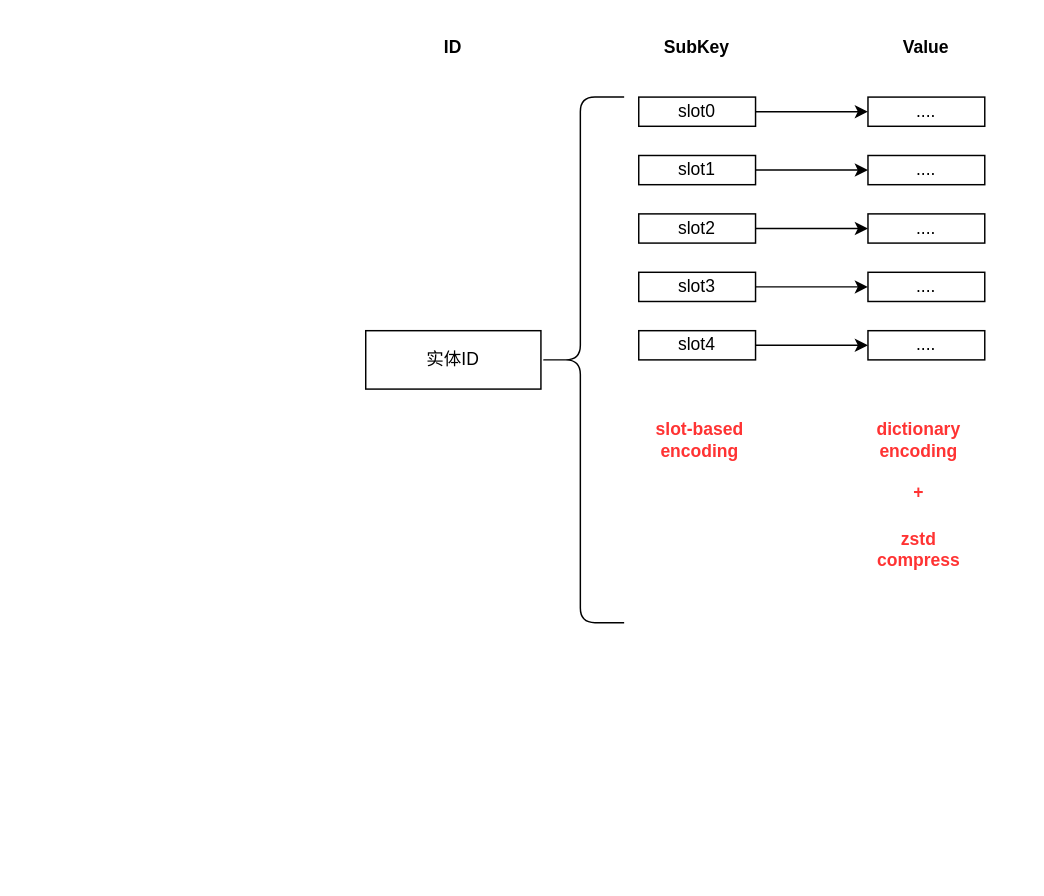
This is km_tx_5.drawio from learn2Pro/draw_io_save, a draw.io file, before an edit. Source tidied: cells renumbered, new cells numbered last; positions are measured from the earlier drawing's top-left corner, leaving out a move shared by most shapes. Both pictures are drawn from the tidied source at 146%, with x=0, y=0 at pixel (365, 25).
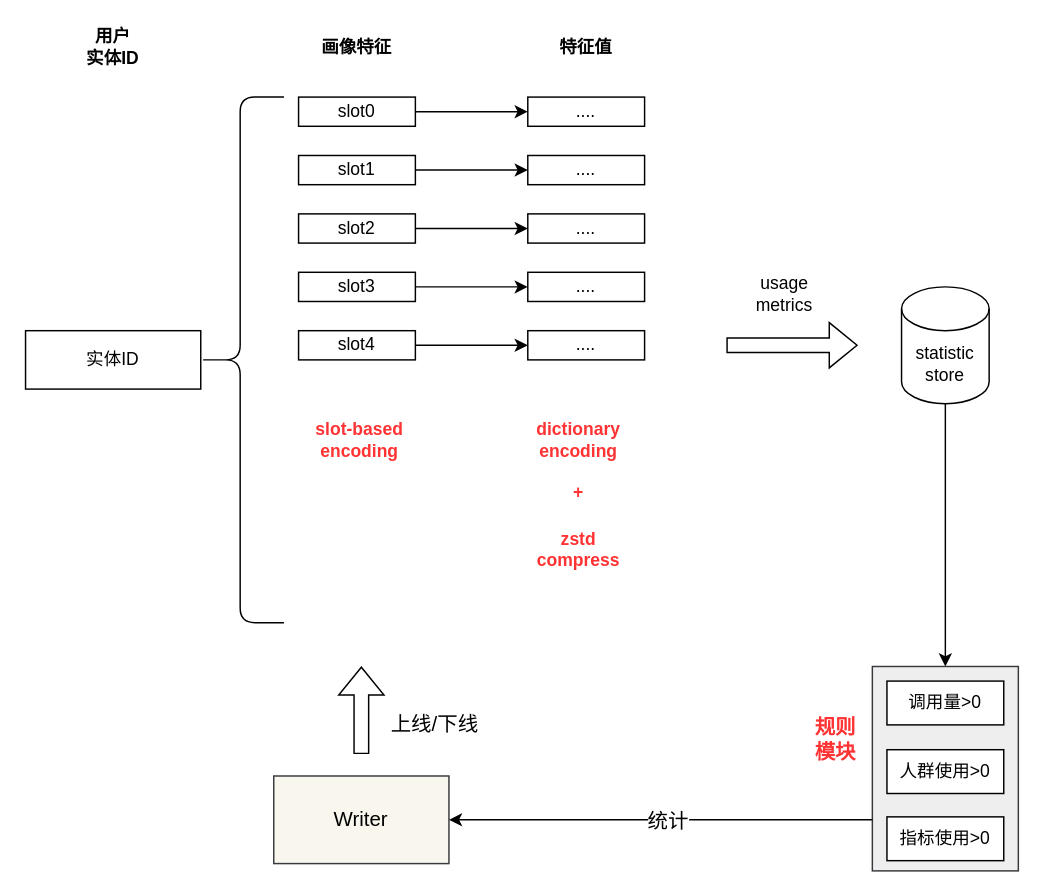
The same diagram, later.

The edit, as a diff of the source:
```diff
@@
+    <mxCell id="26" style="group;" parent="1" vertex="1">
+      <mxGeometry x="-233" width="424" height="409" as="geometry" />
+    </mxCell>
-    <mxCell id="2" value="实体ID" style="rounded=0;whiteSpace=wrap;html=1;" parent="1" vertex="1">
+    <mxCell id="2" value="实体ID" style="rounded=0;whiteSpace=wrap;html=1;" parent="26" vertex="1">
       <mxGeometry y="209" width="120" height="40" as="geometry" />
     </mxCell>
-    <mxCell id="3" style="shape=curlyBracket;whiteSpace=wrap;html=1;rounded=1;" parent="1" vertex="1">
+    <mxCell id="3" style="shape=curlyBracket;whiteSpace=wrap;html=1;rounded=1;" parent="26" vertex="1">
       <mxGeometry x="117" y="49" width="60" height="360" as="geometry" />
     </mxCell>
-    <mxCell id="4" style="edgeStyle=orthogonalEdgeStyle;rounded=0;jettySize=auto;html=1;" parent="1" edge="1" source="5" target="14">
-      <mxGeometry relative="1" as="geometry" />
-    </mxCell>
-    <mxCell id="5" value="slot0" style="rounded=0;whiteSpace=wrap;html=1;" parent="1" vertex="1">
+    <mxCell id="5" value="slot0" style="rounded=0;whiteSpace=wrap;html=1;" parent="26" vertex="1">
       <mxGeometry x="187" y="49" width="80" height="20" as="geometry" />
     </mxCell>
-    <mxCell id="6" style="edgeStyle=orthogonalEdgeStyle;rounded=0;jettySize=auto;html=1;entryX=0;entryY=0.5;entryDx=0;entryDy=0;" parent="1" edge="1" source="7" target="15">
-      <mxGeometry relative="1" as="geometry" />
-    </mxCell>
-    <mxCell id="7" value="&lt;span&gt;slot1&lt;/span&gt;" style="rounded=0;whiteSpace=wrap;html=1;" parent="1" vertex="1">
+    <mxCell id="7" value="&lt;span&gt;slot1&lt;/span&gt;" style="rounded=0;whiteSpace=wrap;html=1;" parent="26" vertex="1">
       <mxGeometry x="187" y="89" width="80" height="20" as="geometry" />
     </mxCell>
-    <mxCell id="8" style="edgeStyle=orthogonalEdgeStyle;rounded=0;jettySize=auto;html=1;entryX=0;entryY=0.5;entryDx=0;entryDy=0;" parent="1" edge="1" source="9" target="16">
-      <mxGeometry relative="1" as="geometry" />
-    </mxCell>
-    <mxCell id="9" value="&lt;span&gt;slot2&lt;/span&gt;" style="rounded=0;whiteSpace=wrap;html=1;" parent="1" vertex="1">
+    <mxCell id="9" value="&lt;span&gt;slot2&lt;/span&gt;" style="rounded=0;whiteSpace=wrap;html=1;" parent="26" vertex="1">
       <mxGeometry x="187" y="129" width="80" height="20" as="geometry" />
     </mxCell>
-    <mxCell id="10" style="edgeStyle=orthogonalEdgeStyle;rounded=0;jettySize=auto;html=1;entryX=0;entryY=0.5;entryDx=0;entryDy=0;" parent="1" edge="1" source="11" target="17">
-      <mxGeometry relative="1" as="geometry" />
-    </mxCell>
-    <mxCell id="11" value="&lt;span&gt;slot3&lt;/span&gt;" style="rounded=0;whiteSpace=wrap;html=1;" parent="1" vertex="1">
+    <mxCell id="11" value="&lt;span&gt;slot3&lt;/span&gt;" style="rounded=0;whiteSpace=wrap;html=1;" parent="26" vertex="1">
       <mxGeometry x="187" y="169" width="80" height="20" as="geometry" />
     </mxCell>
-    <mxCell id="12" style="edgeStyle=orthogonalEdgeStyle;rounded=0;jettySize=auto;html=1;" parent="1" edge="1" source="13" target="18">
-      <mxGeometry relative="1" as="geometry" />
-    </mxCell>
-    <mxCell id="13" value="&lt;span&gt;slot4&lt;/span&gt;" style="rounded=0;whiteSpace=wrap;html=1;" parent="1" vertex="1">
+    <mxCell id="13" value="&lt;span&gt;slot4&lt;/span&gt;" style="rounded=0;whiteSpace=wrap;html=1;" parent="26" vertex="1">
       <mxGeometry x="187" y="209" width="80" height="20" as="geometry" />
     </mxCell>
-    <mxCell id="14" value="...." style="rounded=0;whiteSpace=wrap;html=1;" parent="1" vertex="1">
+    <mxCell id="14" value="...." style="rounded=0;whiteSpace=wrap;html=1;" parent="26" vertex="1">
       <mxGeometry x="344" y="49" width="80" height="20" as="geometry" />
     </mxCell>
+    <mxCell id="4" style="edgeStyle=orthogonalEdgeStyle;rounded=0;jettySize=auto;html=1;" parent="26" edge="1" source="5" target="14">
+      <mxGeometry relative="1" as="geometry" />
+    </mxCell>
-    <mxCell id="15" value="...." style="rounded=0;whiteSpace=wrap;html=1;" parent="1" vertex="1">
+    <mxCell id="15" value="...." style="rounded=0;whiteSpace=wrap;html=1;" parent="26" vertex="1">
       <mxGeometry x="344" y="89" width="80" height="20" as="geometry" />
     </mxCell>
+    <mxCell id="6" style="edgeStyle=orthogonalEdgeStyle;rounded=0;jettySize=auto;html=1;entryX=0;entryY=0.5;entryDx=0;entryDy=0;" parent="26" edge="1" source="7" target="15">
+      <mxGeometry relative="1" as="geometry" />
+    </mxCell>
-    <mxCell id="16" value="...." style="rounded=0;whiteSpace=wrap;html=1;" parent="1" vertex="1">
+    <mxCell id="16" value="...." style="rounded=0;whiteSpace=wrap;html=1;" parent="26" vertex="1">
       <mxGeometry x="344" y="129" width="80" height="20" as="geometry" />
     </mxCell>
+    <mxCell id="8" style="edgeStyle=orthogonalEdgeStyle;rounded=0;jettySize=auto;html=1;entryX=0;entryY=0.5;entryDx=0;entryDy=0;" parent="26" edge="1" source="9" target="16">
+      <mxGeometry relative="1" as="geometry" />
+    </mxCell>
-    <mxCell id="17" value="...." style="rounded=0;whiteSpace=wrap;html=1;" parent="1" vertex="1">
+    <mxCell id="17" value="...." style="rounded=0;whiteSpace=wrap;html=1;" parent="26" vertex="1">
       <mxGeometry x="344" y="169" width="80" height="20" as="geometry" />
     </mxCell>
+    <mxCell id="10" style="edgeStyle=orthogonalEdgeStyle;rounded=0;jettySize=auto;html=1;entryX=0;entryY=0.5;entryDx=0;entryDy=0;" parent="26" edge="1" source="11" target="17">
+      <mxGeometry relative="1" as="geometry" />
+    </mxCell>
-    <mxCell id="18" value="...." style="rounded=0;whiteSpace=wrap;html=1;" parent="1" vertex="1">
+    <mxCell id="18" value="...." style="rounded=0;whiteSpace=wrap;html=1;" parent="26" vertex="1">
       <mxGeometry x="344" y="209" width="80" height="20" as="geometry" />
     </mxCell>
+    <mxCell id="12" style="edgeStyle=orthogonalEdgeStyle;rounded=0;jettySize=auto;html=1;" parent="26" edge="1" source="13" target="18">
+      <mxGeometry relative="1" as="geometry" />
+    </mxCell>
-    <mxCell id="19" value="ID" style="text;html=1;strokeColor=none;fillColor=none;align=center;verticalAlign=middle;whiteSpace=wrap;rounded=0;fontStyle=1;" parent="1" vertex="1">
+    <mxCell id="19" value="用户&lt;br&gt;实体ID" style="text;html=1;strokeColor=none;fillColor=none;align=center;verticalAlign=middle;whiteSpace=wrap;rounded=0;fontStyle=1;" parent="26" vertex="1">
       <mxGeometry x="30" width="60" height="30" as="geometry" />
     </mxCell>
-    <mxCell id="20" value="SubKey" style="text;html=1;strokeColor=none;fillColor=none;align=center;verticalAlign=middle;whiteSpace=wrap;rounded=0;fontStyle=1;" parent="1" vertex="1">
+    <mxCell id="20" value="画像特征" style="text;html=1;strokeColor=none;fillColor=none;align=center;verticalAlign=middle;whiteSpace=wrap;rounded=0;fontStyle=1;" parent="26" vertex="1">
       <mxGeometry x="197" width="60" height="30" as="geometry" />
     </mxCell>
-    <mxCell id="21" value="Value" style="text;html=1;strokeColor=none;fillColor=none;align=center;verticalAlign=middle;whiteSpace=wrap;rounded=0;fontStyle=1;" parent="1" vertex="1">
+    <mxCell id="21" value="特征值" style="text;html=1;strokeColor=none;fillColor=none;align=center;verticalAlign=middle;whiteSpace=wrap;rounded=0;fontStyle=1;" parent="26" vertex="1">
       <mxGeometry x="354" width="60" height="30" as="geometry" />
     </mxCell>
-    <mxCell id="22" value="&lt;b&gt;slot-based&lt;br&gt;encoding&lt;/b&gt;" style="text;html=1;strokeColor=none;fillColor=none;align=center;verticalAlign=middle;whiteSpace=wrap;rounded=0;fontColor=#FF3333;" parent="1" vertex="1">
+    <mxCell id="22" value="&lt;b&gt;slot-based&lt;br&gt;encoding&lt;/b&gt;" style="text;html=1;strokeColor=none;fillColor=none;align=center;verticalAlign=middle;whiteSpace=wrap;rounded=0;fontColor=#FF3333;" parent="26" vertex="1">
       <mxGeometry x="184" y="254" width="90" height="60" as="geometry" />
     </mxCell>
-    <mxCell id="23" value="&lt;b&gt;zstd&lt;br&gt;compress&lt;br&gt;&lt;/b&gt;" style="text;html=1;strokeColor=none;fillColor=none;align=center;verticalAlign=middle;whiteSpace=wrap;rounded=0;fontColor=#FF3333;" parent="1" vertex="1">
+    <mxCell id="23" value="&lt;b&gt;zstd&lt;br&gt;compress&lt;br&gt;&lt;/b&gt;" style="text;html=1;strokeColor=none;fillColor=none;align=center;verticalAlign=middle;whiteSpace=wrap;rounded=0;fontColor=#FF3333;" parent="26" vertex="1">
       <mxGeometry x="334" y="334" width="90" height="50" as="geometry" />
     </mxCell>
-    <mxCell id="24" value="&lt;b&gt;dictionary&lt;br&gt;encoding&lt;br&gt;&lt;/b&gt;" style="text;html=1;strokeColor=none;fillColor=none;align=center;verticalAlign=middle;whiteSpace=wrap;rounded=0;fontColor=#FF3333;" parent="1" vertex="1">
+    <mxCell id="24" value="&lt;b&gt;dictionary&lt;br&gt;encoding&lt;br&gt;&lt;/b&gt;" style="text;html=1;strokeColor=none;fillColor=none;align=center;verticalAlign=middle;whiteSpace=wrap;rounded=0;fontColor=#FF3333;" parent="26" vertex="1">
       <mxGeometry x="334" y="259" width="90" height="50" as="geometry" />
     </mxCell>
-    <mxCell id="25" value="&lt;b&gt;+&lt;br&gt;&lt;/b&gt;" style="text;html=1;strokeColor=none;fillColor=none;align=center;verticalAlign=middle;whiteSpace=wrap;rounded=0;fontColor=#FF3333;" parent="1" vertex="1">
+    <mxCell id="25" value="&lt;b&gt;+&lt;br&gt;&lt;/b&gt;" style="text;html=1;strokeColor=none;fillColor=none;align=center;verticalAlign=middle;whiteSpace=wrap;rounded=0;fontColor=#FF3333;" parent="26" vertex="1">
       <mxGeometry x="334" y="295" width="90" height="50" as="geometry" />
     </mxCell>
+    <mxCell id="27" style="shape=flexArrow;endArrow=classic;html=1;rounded=0;fontColor=#FF3333;" parent="1" edge="1">
+      <mxGeometry relative="1" as="geometry">
+        <mxPoint x="247" y="219" as="sourcePoint" />
+        <mxPoint x="337" y="219" as="targetPoint" />
+      </mxGeometry>
+    </mxCell>
+    <mxCell id="28" value="&lt;font color=&quot;#000000&quot;&gt;usage metrics&lt;/font&gt;" style="text;html=1;strokeColor=none;fillColor=none;align=center;verticalAlign=middle;whiteSpace=wrap;rounded=0;fontColor=#FF3333;" parent="1" vertex="1">
+      <mxGeometry x="257" y="169" width="60" height="30" as="geometry" />
+    </mxCell>
+    <mxCell id="29" style="edgeStyle=orthogonalEdgeStyle;rounded=0;jettySize=auto;html=1;fontColor=#FF3333;" parent="1" edge="1" source="30" target="31">
+      <mxGeometry relative="1" as="geometry" />
+    </mxCell>
+    <mxCell id="30" value="&lt;font color=&quot;#000000&quot;&gt;statistic&lt;br&gt;store&lt;/font&gt;" style="shape=cylinder3;whiteSpace=wrap;html=1;boundedLbl=1;backgroundOutline=1;size=15;fontColor=#FF3333;" parent="1" vertex="1">
+      <mxGeometry x="367" y="179" width="60" height="80" as="geometry" />
+    </mxCell>
+    <mxCell id="31" style="rounded=0;whiteSpace=wrap;html=1;fillColor=#eeeeee;strokeColor=#36393d;" parent="1" vertex="1">
+      <mxGeometry x="347" y="439" width="100" height="140" as="geometry" />
+    </mxCell>
+    <mxCell id="32" value="调用量&amp;gt;0" style="rounded=0;whiteSpace=wrap;html=1;fontColor=#000000;" parent="1" vertex="1">
+      <mxGeometry x="357" y="449" width="80" height="30" as="geometry" />
+    </mxCell>
+    <mxCell id="33" value="人群使用&amp;gt;0" style="rounded=0;whiteSpace=wrap;html=1;fontColor=#000000;" parent="1" vertex="1">
+      <mxGeometry x="357" y="496" width="80" height="30" as="geometry" />
+    </mxCell>
+    <mxCell id="34" value="指标使用&amp;gt;0" style="rounded=0;whiteSpace=wrap;html=1;fontColor=#000000;" parent="1" vertex="1">
+      <mxGeometry x="357" y="542" width="80" height="30" as="geometry" />
+    </mxCell>
+    <mxCell id="35" value="&lt;font color=&quot;#ff3333&quot;&gt;&lt;b&gt;规则模块&lt;/b&gt;&lt;/font&gt;" style="text;html=1;strokeColor=none;fillColor=none;align=center;verticalAlign=middle;whiteSpace=wrap;rounded=0;fontColor=#000000;fontSize=14;" parent="1" vertex="1">
+      <mxGeometry x="307" y="449" width="30" height="80" as="geometry" />
+    </mxCell>
+    <mxCell id="36" value="&lt;font color=&quot;#000000&quot;&gt;Writer&lt;/font&gt;" style="rounded=0;whiteSpace=wrap;html=1;fontSize=14;fillColor=#f9f7ed;strokeColor=#36393d;" parent="1" vertex="1">
+      <mxGeometry x="-63" y="514" width="120" height="60" as="geometry" />
+    </mxCell>
+    <mxCell id="37" style="shape=flexArrow;endArrow=classic;html=1;rounded=0;fontSize=14;fontColor=#FF3333;" parent="1" edge="1">
+      <mxGeometry relative="1" as="geometry">
+        <mxPoint x="-3" y="499" as="sourcePoint" />
+        <mxPoint x="-3" y="439" as="targetPoint" />
+      </mxGeometry>
+    </mxCell>
+    <mxCell id="38" value="&lt;font color=&quot;#000000&quot;&gt;上线/下线&lt;/font&gt;" style="text;html=1;align=center;verticalAlign=middle;strokeColor=none;fillColor=none;fontSize=14;fontColor=#FF3333;" parent="1" vertex="1">
+      <mxGeometry x="7" y="469" width="80" height="20" as="geometry" />
+    </mxCell>
+    <mxCell id="39" style="endArrow=classic;html=1;rounded=0;fontSize=14;fontColor=#000000;exitX=0;exitY=0.75;exitDx=0;exitDy=0;entryX=1;entryY=0.5;entryDx=0;entryDy=0;" parent="1" edge="1" source="31" target="36">
+      <mxGeometry relative="1" as="geometry" />
+    </mxCell>
+    <mxCell id="40" value="统计" style="edgeLabel;html=1;align=center;verticalAlign=middle;fontSize=14;fontColor=#000000;" parent="39" vertex="1">
+      <mxGeometry x="-0.03" relative="1" as="geometry" />
+    </mxCell>
```
